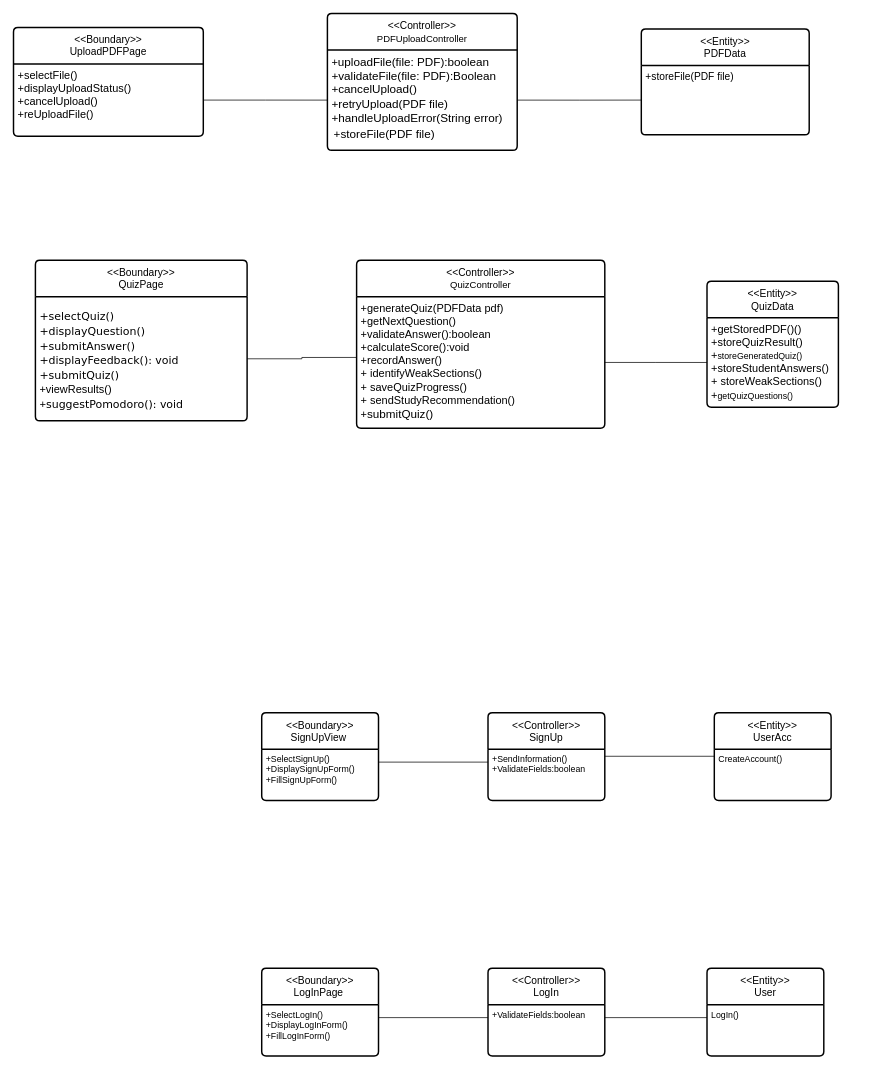
This is analysis.drawio from RaghadQi1/ProFound, a draw.io file, before an edit. Source tidied: cells renumbered, new cells numbered last; positions are measured from the earlier drawing's top-left corner, leaving out a move shared by most shapes. Both pictures are drawn from the tidied source at 73%, with x=0, y=0 at pixel (13, 13).
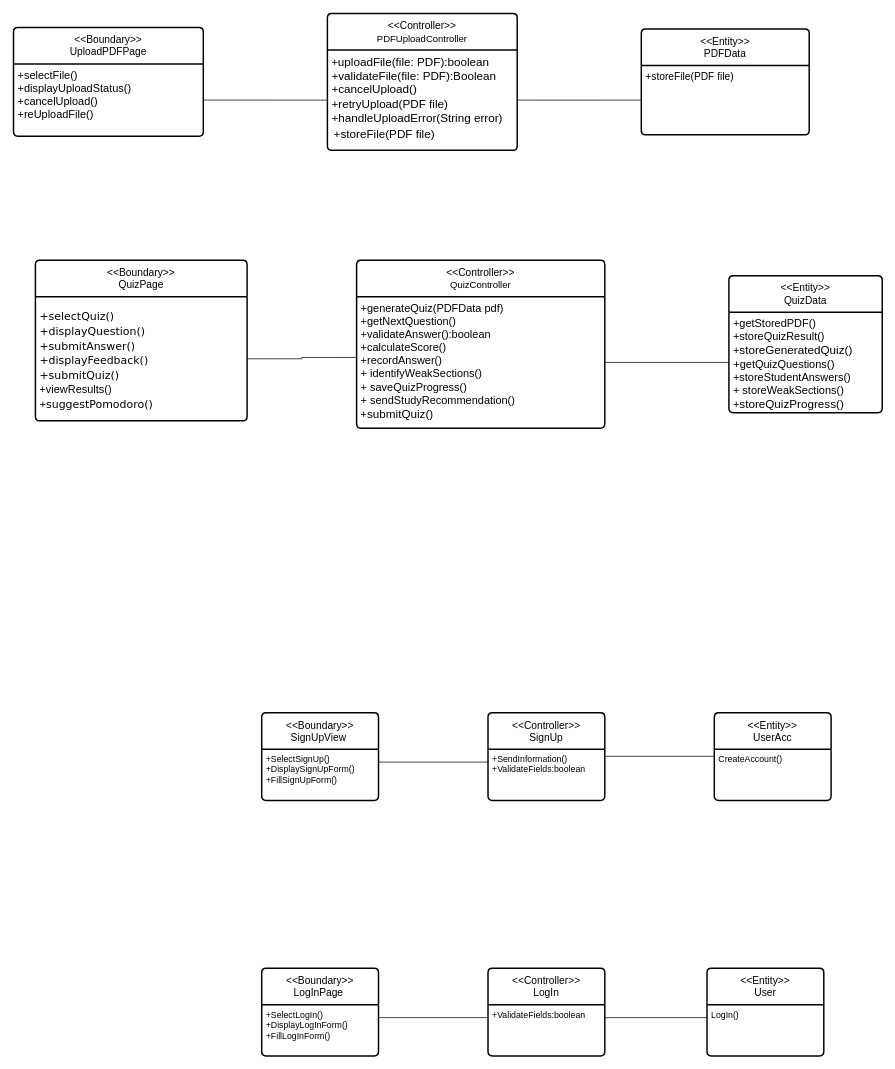
The same page after the edit.

The change refers to these unchanged cells:
```xml
<mxCell id="14" value="&amp;lt;&amp;lt;Boundary&amp;gt;&amp;gt;&lt;div&gt;QuizPage&lt;/div&gt;" style="swimlane;horizontal=1;startSize=50;rounded=1;fontSize=14;fontStyle=0;strokeWidth=2;shadow=0;dashed=0;align=center;arcSize=4;whiteSpace=wrap;html=1;" parent="1" vertex="1">
  <mxGeometry x="30" y="338" width="290" height="220" as="geometry" />
</mxCell>
<mxCell id="16" value="&amp;lt;&amp;lt;Controller&amp;gt;&amp;gt;&lt;div&gt;&lt;span style=&quot;text-align: start;&quot;&gt;&lt;font style=&quot;font-size: 13px;&quot;&gt;QuizController&lt;/font&gt;&lt;/span&gt;&lt;/div&gt;" style="swimlane;horizontal=1;startSize=50;rounded=1;fontSize=14;fontStyle=0;strokeWidth=2;shadow=0;dashed=0;align=center;arcSize=4;whiteSpace=wrap;html=1;" parent="1" vertex="1">
  <mxGeometry x="470" y="338" width="340" height="230" as="geometry" />
</mxCell>
```

The edit, as a diff of the source:
```diff
@@
-    <mxCell id="15" value="&lt;pre&gt;&lt;font style=&quot;font-size: 15px;&quot;&gt;&lt;font face=&quot;Verdana&quot;&gt;+selectQuiz()&lt;br&gt;&lt;/font&gt;&lt;font face=&quot;Verdana&quot;&gt;+displayQuestion()&lt;br&gt;&lt;/font&gt;&lt;font face=&quot;Verdana&quot;&gt;&lt;font&gt;+submitAnswer()&lt;br&gt;&lt;/font&gt;&lt;/font&gt;&lt;font face=&quot;Verdana&quot;&gt;&lt;font&gt;+displayFeedback(): void&lt;br&gt;&lt;/font&gt;&lt;/font&gt;&lt;font face=&quot;Verdana&quot;&gt;&lt;font&gt;+submitQuiz()&lt;br&gt;&lt;/font&gt;&lt;/font&gt;&lt;code&gt;&lt;font face=&quot;Helvetica&quot;&gt;+viewResults()&lt;/font&gt;&lt;font face=&quot;Verdana&quot;&gt;&lt;br&gt;&lt;/font&gt;&lt;/code&gt;&lt;font face=&quot;Verdana&quot;&gt;&lt;code&gt;+&lt;/code&gt;suggestPomodoro(): void&lt;/font&gt;&lt;/font&gt;&lt;/pre&gt;&lt;div&gt;&lt;div&gt;&lt;div&gt;&lt;br&gt;&lt;/div&gt;&lt;/div&gt;&lt;/div&gt;" style="align=left;strokeColor=none;fillColor=none;spacingLeft=4;spacingRight=4;fontSize=12;verticalAlign=top;html=1;whiteSpace=wrap;" parent="14" vertex="1">
+    <mxCell id="15" value="&lt;pre&gt;&lt;font style=&quot;font-size: 15px;&quot;&gt;&lt;font face=&quot;Verdana&quot;&gt;+selectQuiz()&lt;br&gt;&lt;/font&gt;&lt;font face=&quot;Verdana&quot;&gt;+displayQuestion()&lt;br&gt;&lt;/font&gt;&lt;font face=&quot;Verdana&quot;&gt;&lt;font&gt;+submitAnswer()&lt;br&gt;&lt;/font&gt;&lt;/font&gt;&lt;font face=&quot;Verdana&quot;&gt;&lt;font&gt;+displayFeedback()&lt;br&gt;&lt;/font&gt;&lt;/font&gt;&lt;font face=&quot;Verdana&quot;&gt;&lt;font&gt;+submitQuiz()&lt;br&gt;&lt;/font&gt;&lt;/font&gt;&lt;code&gt;&lt;font face=&quot;Helvetica&quot;&gt;+viewResults()&lt;/font&gt;&lt;font face=&quot;Verdana&quot;&gt;&lt;br&gt;&lt;/font&gt;&lt;/code&gt;&lt;font face=&quot;Verdana&quot;&gt;&lt;code&gt;+&lt;/code&gt;suggestPomodoro()&lt;/font&gt;&lt;/font&gt;&lt;/pre&gt;&lt;div&gt;&lt;div&gt;&lt;div&gt;&lt;br&gt;&lt;/div&gt;&lt;/div&gt;&lt;/div&gt;" style="align=left;strokeColor=none;fillColor=none;spacingLeft=4;spacingRight=4;fontSize=12;verticalAlign=top;html=1;whiteSpace=wrap;" parent="14" vertex="1">
       <mxGeometry y="50" width="290" height="170" as="geometry" />
     </mxCell>
@@
-    <mxCell id="17" value="&lt;font style=&quot;font-size: 15px;&quot;&gt;+generateQuiz(PDFData pdf)&lt;/font&gt;&lt;div&gt;&lt;font style=&quot;font-size: 15px;&quot;&gt;+getNextQuestion()&lt;/font&gt;&lt;/div&gt;&lt;div&gt;&lt;font style=&quot;font-size: 15px;&quot;&gt;+validateAnswer():boolean&lt;/font&gt;&lt;/div&gt;&lt;div&gt;&lt;font style=&quot;font-size: 15px;&quot;&gt;+calculateScore():void&lt;/font&gt;&lt;/div&gt;&lt;div&gt;&lt;font style=&quot;font-size: 15px;&quot;&gt;+recordAnswer()&lt;/font&gt;&lt;/div&gt;&lt;div&gt;&lt;font style=&quot;font-size: 15px;&quot;&gt;+ identifyWeakSections()&lt;/font&gt;&lt;/div&gt;&lt;div&gt;&lt;font style=&quot;font-size: 15px;&quot;&gt;+ saveQuizProgress()&lt;/font&gt;&lt;/div&gt;&lt;div&gt;&lt;font style=&quot;font-size: 15px;&quot;&gt;+ sendStudyRecommendation()&lt;/font&gt;&lt;/div&gt;&lt;div&gt;&lt;font style=&quot;font-size: 15px;&quot;&gt;+&lt;/font&gt;&lt;span style=&quot;font-size: medium;&quot;&gt;submitQuiz()&lt;/span&gt;&lt;/div&gt;" style="align=left;strokeColor=none;fillColor=none;spacingLeft=4;spacingRight=4;fontSize=12;verticalAlign=top;html=1;whiteSpace=wrap;" parent="16" vertex="1">
+    <mxCell id="17" value="&lt;font style=&quot;font-size: 15px;&quot;&gt;+generateQuiz(PDFData pdf)&lt;/font&gt;&lt;div&gt;&lt;font style=&quot;font-size: 15px;&quot;&gt;+getNextQuestion()&lt;/font&gt;&lt;/div&gt;&lt;div&gt;&lt;font style=&quot;font-size: 15px;&quot;&gt;+validateAnswer():boolean&lt;/font&gt;&lt;/div&gt;&lt;div&gt;&lt;font style=&quot;font-size: 15px;&quot;&gt;+calculateScore()&lt;/font&gt;&lt;/div&gt;&lt;div&gt;&lt;font style=&quot;font-size: 15px;&quot;&gt;+recordAnswer()&lt;/font&gt;&lt;/div&gt;&lt;div&gt;&lt;font style=&quot;font-size: 15px;&quot;&gt;+ identifyWeakSections()&lt;/font&gt;&lt;/div&gt;&lt;div&gt;&lt;font style=&quot;font-size: 15px;&quot;&gt;+ saveQuizProgress()&lt;/font&gt;&lt;/div&gt;&lt;div&gt;&lt;font style=&quot;font-size: 15px;&quot;&gt;+ sendStudyRecommendation()&lt;/font&gt;&lt;/div&gt;&lt;div&gt;&lt;font style=&quot;font-size: 15px;&quot;&gt;+&lt;/font&gt;&lt;span style=&quot;font-size: medium;&quot;&gt;submitQuiz()&lt;/span&gt;&lt;/div&gt;" style="align=left;strokeColor=none;fillColor=none;spacingLeft=4;spacingRight=4;fontSize=12;verticalAlign=top;html=1;whiteSpace=wrap;" parent="16" vertex="1">
       <mxGeometry y="50" width="340" height="180" as="geometry" />
     </mxCell>
@@
     <mxCell id="19" value="&amp;lt;&amp;lt;Entity&amp;gt;&amp;gt;&lt;div&gt;&lt;span style=&quot;text-align: start;&quot;&gt;QuizData&lt;/span&gt;&lt;/div&gt;" style="swimlane;horizontal=1;startSize=50;rounded=1;fontSize=14;fontStyle=0;strokeWidth=2;shadow=0;dashed=0;align=center;arcSize=4;whiteSpace=wrap;html=1;" parent="1" vertex="1">
-      <mxGeometry x="950" y="366.8" width="180" height="172.5" as="geometry" />
+      <mxGeometry x="980" y="359.1" width="210" height="187.8" as="geometry" />
     </mxCell>
-    <mxCell id="20" value="&lt;div&gt;&lt;font style=&quot;font-size: 15px;&quot;&gt;+getStoredPDF()()&lt;/font&gt;&lt;/div&gt;&lt;div&gt;&lt;font style=&quot;font-size: 15px;&quot;&gt;+storeQuizResult()&lt;/font&gt;&lt;/div&gt;&lt;div&gt;&lt;font style=&quot;font-size: 15px;&quot;&gt;+&lt;/font&gt;storeGeneratedQuiz()&lt;/div&gt;&lt;div&gt;&lt;font style=&quot;font-size: 15px;&quot;&gt;+storeStudentAnswers()&lt;/font&gt;&lt;/div&gt;&lt;div&gt;&lt;font style=&quot;font-size: 15px;&quot;&gt;+&amp;nbsp;&lt;font face=&quot;Helvetica&quot;&gt;storeWeakSections()&lt;/font&gt;&lt;/font&gt;&lt;/div&gt;&lt;div&gt;&lt;font style=&quot;font-size: 15px;&quot;&gt;&lt;font face=&quot;Helvetica&quot;&gt;+&lt;/font&gt;&lt;/font&gt;getQuizQuestions()&lt;/div&gt;" style="align=left;strokeColor=none;fillColor=none;spacingLeft=4;spacingRight=4;fontSize=12;verticalAlign=top;html=1;whiteSpace=wrap;" parent="19" vertex="1">
-      <mxGeometry y="50" width="180" height="122.5" as="geometry" />
+    <mxCell id="20" value="&lt;div&gt;&lt;font style=&quot;font-size: 15px;&quot;&gt;+getStoredPDF()&lt;/font&gt;&lt;/div&gt;&lt;div&gt;&lt;font style=&quot;font-size: 15px;&quot;&gt;+storeQuizResult()&lt;/font&gt;&lt;/div&gt;&lt;div&gt;&lt;font style=&quot;font-size: 15px;&quot;&gt;+&lt;/font&gt;&lt;font style=&quot;font-size: 16px;&quot;&gt;storeGeneratedQuiz()&lt;/font&gt;&lt;/div&gt;&lt;div&gt;&lt;font style=&quot;font-size: 16px;&quot;&gt;+&lt;/font&gt;&lt;font style=&quot;font-size: 15px;&quot;&gt;getQuizQuestions&lt;/font&gt;&lt;font style=&quot;font-size: 16px;&quot;&gt;()&lt;/font&gt;&lt;/div&gt;&lt;div&gt;&lt;font style=&quot;font-size: 15px;&quot;&gt;+storeStudentAnswers()&lt;/font&gt;&lt;/div&gt;&lt;div&gt;&lt;font style=&quot;font-size: 15px;&quot;&gt;+&amp;nbsp;&lt;font face=&quot;Helvetica&quot;&gt;storeWeakSections()&lt;/font&gt;&lt;/font&gt;&lt;/div&gt;&lt;div&gt;&lt;font style=&quot;font-size: 15px;&quot;&gt;&lt;font face=&quot;Helvetica&quot;&gt;+&lt;/font&gt;&lt;/font&gt;&lt;font style=&quot;font-size: 16px;&quot;&gt;storeQuizProgress()&lt;/font&gt;&lt;/div&gt;&lt;div&gt;&lt;br&gt;&lt;/div&gt;" style="align=left;strokeColor=none;fillColor=none;spacingLeft=4;spacingRight=4;fontSize=12;verticalAlign=top;html=1;whiteSpace=wrap;" parent="19" vertex="1">
+      <mxGeometry y="50" width="210" height="137.8" as="geometry" />
     </mxCell>
```
